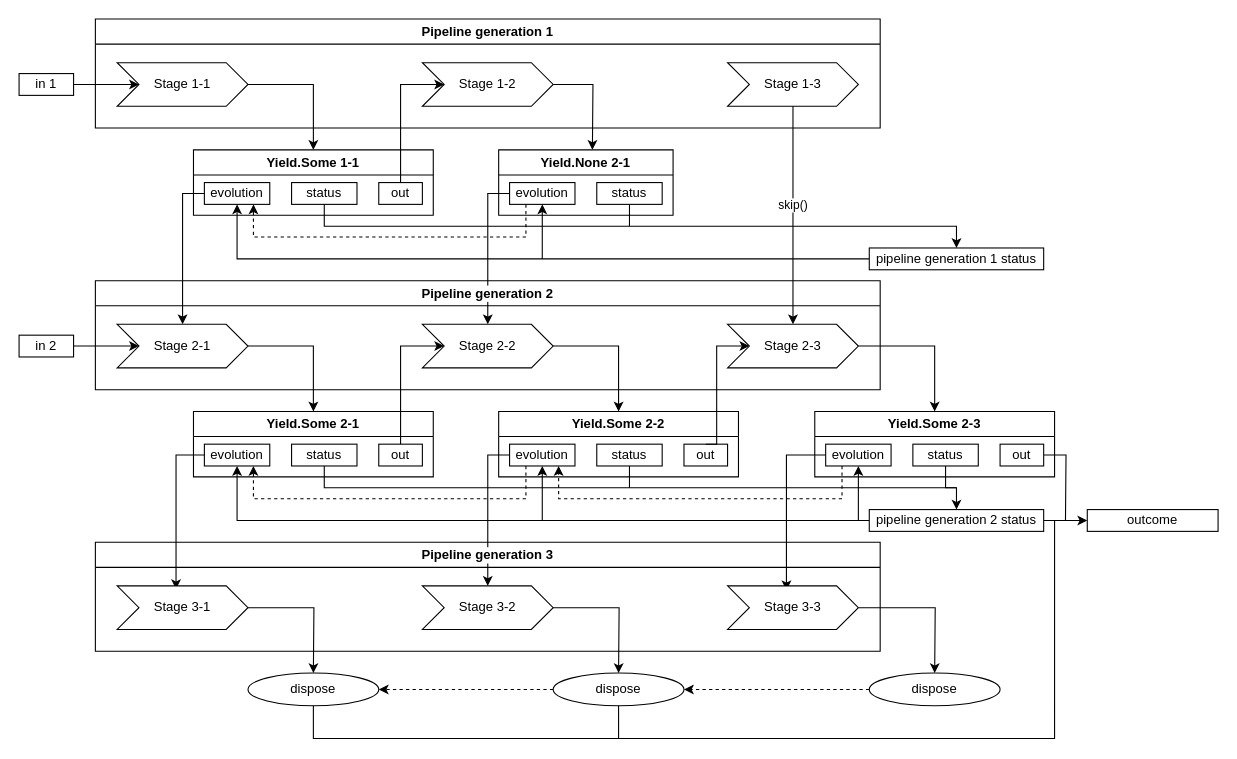
Before: pages/src/Stages.drawio in h8io/stages, a draw.io diagram. Source tidied: cells renumbered, new cells numbered last; positions are measured from the earlier drawing's top-left corner, leaving out a move shared by most shapes. Both pictures are drawn from the tidied source at 109%, with x=0, y=0 at pixel (19, 19).
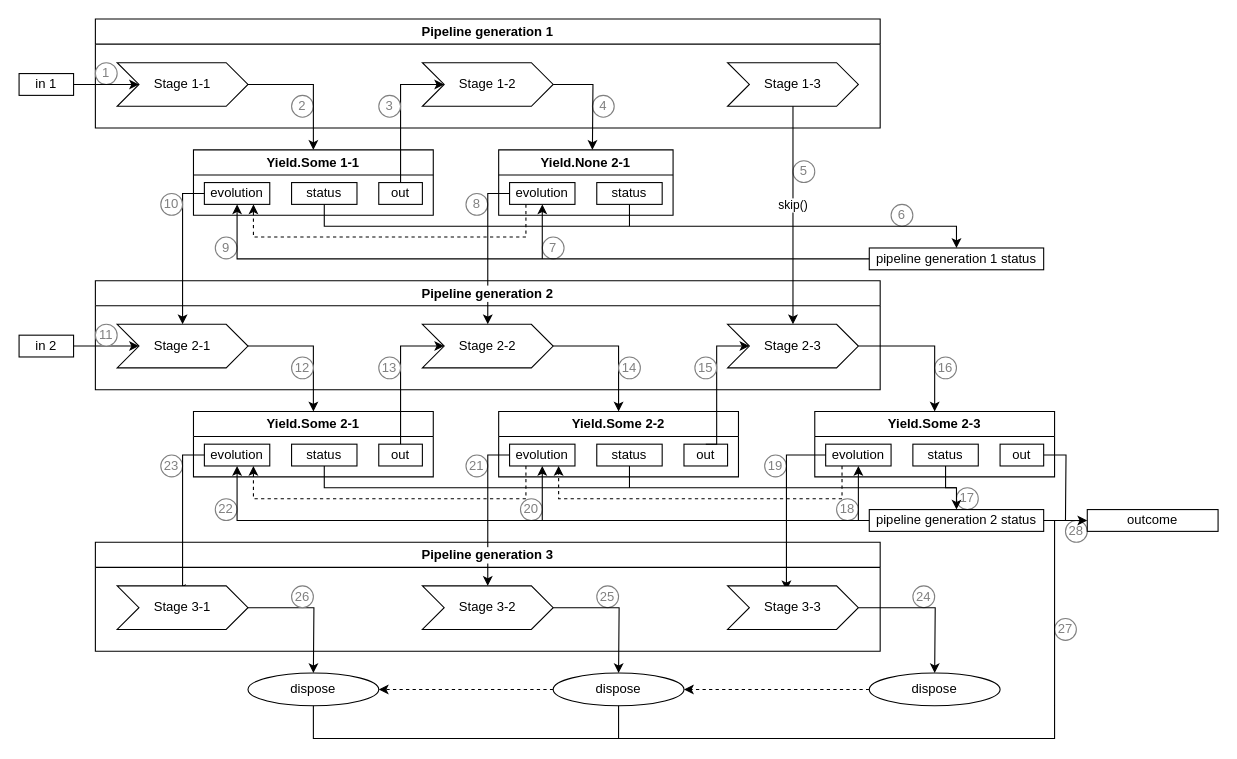
After the change.

Commit message (it also covers changes not shown here):
Stages diagram

Unchanged cells that the change refers to:
```xml
<mxCell id="2" value="Pipeline generation 1" style="swimlane;whiteSpace=wrap;html=1;rounded=0;labelBackgroundColor=default;fontFamily=Helvetica;spacingTop=0;horizontal=1;fillColor=none;" parent="1" vertex="1">
  <mxGeometry x="70" width="720" height="100" as="geometry" />
</mxCell>
<mxCell id="30" value="evolution" style="rounded=0;whiteSpace=wrap;html=1;labelBackgroundColor=default;fontFamily=Helvetica;spacingTop=0;horizontal=1;" parent="25" vertex="1">
  <mxGeometry x="10" y="30" width="60" height="20" as="geometry" />
</mxCell>
<mxCell id="78" value="Pipeline generation 2" style="swimlane;whiteSpace=wrap;html=1;rounded=0;labelBackgroundColor=default;fontFamily=Helvetica;spacingTop=0;horizontal=1;labelBorderColor=none;textShadow=0;fillColor=none;" parent="1" vertex="1">
  <mxGeometry x="70" y="240" width="720" height="100" as="geometry" />
</mxCell>
<mxCell id="82" value="Pipeline generation 3" style="swimlane;whiteSpace=wrap;html=1;rounded=0;labelBackgroundColor=default;fontFamily=Helvetica;spacingTop=0;horizontal=1;gradientColor=none;fillColor=none;" parent="1" vertex="1">
  <mxGeometry x="70" y="480" width="720" height="100" as="geometry" />
</mxCell>
<mxCell id="83" value="Stage 3-1" style="shape=step;perimeter=stepPerimeter;whiteSpace=wrap;html=1;fixedSize=1;rounded=0;labelBackgroundColor=default;fontFamily=Helvetica;spacingTop=0;horizontal=1;" parent="82" vertex="1">
  <mxGeometry x="20" y="40" width="120" height="40" as="geometry" />
</mxCell>
```

What changed in the source:
```diff
@@
+    <mxCell id="86" value="28" style="ellipse;whiteSpace=wrap;html=1;fontColor=light-dark(#808080, #ededed);strokeColor=light-dark(#808080, #ededed);" parent="1" vertex="1">
+      <mxGeometry x="960" y="460" width="20" height="20" as="geometry" />
+    </mxCell>
+    <mxCell id="87" value="24" style="ellipse;whiteSpace=wrap;html=1;fontColor=light-dark(#808080, #ededed);strokeColor=light-dark(#808080, #ededed);" parent="1" vertex="1">
+      <mxGeometry x="820" y="520" width="20" height="20" as="geometry" />
+    </mxCell>
+    <mxCell id="88" value="25" style="ellipse;whiteSpace=wrap;html=1;fontColor=light-dark(#808080, #ededed);strokeColor=light-dark(#808080, #ededed);" parent="1" vertex="1">
+      <mxGeometry x="530" y="520" width="20" height="20" as="geometry" />
+    </mxCell>
+    <mxCell id="89" value="27" style="ellipse;whiteSpace=wrap;html=1;fontColor=light-dark(#808080, #ededed);strokeColor=light-dark(#808080, #ededed);" parent="1" vertex="1">
+      <mxGeometry x="950" y="550" width="20" height="20" as="geometry" />
+    </mxCell>
+    <mxCell id="90" value="18" style="ellipse;whiteSpace=wrap;html=1;fontColor=light-dark(#808080, #ededed);strokeColor=light-dark(#808080, #ededed);" parent="1" vertex="1">
+      <mxGeometry x="750" y="440" width="20" height="20" as="geometry" />
+    </mxCell>
+    <mxCell id="91" value="19" style="ellipse;whiteSpace=wrap;html=1;fontColor=light-dark(#808080, #ededed);strokeColor=light-dark(#808080, #ededed);" parent="1" vertex="1">
+      <mxGeometry x="684" y="400" width="20" height="20" as="geometry" />
+    </mxCell>
+    <mxCell id="92" value="20" style="ellipse;whiteSpace=wrap;html=1;fontColor=light-dark(#808080, #ededed);strokeColor=light-dark(#808080, #ededed);" parent="1" vertex="1">
+      <mxGeometry x="460" y="440" width="20" height="20" as="geometry" />
+    </mxCell>
+    <mxCell id="93" value="22" style="ellipse;whiteSpace=wrap;html=1;fontColor=light-dark(#808080, #ededed);strokeColor=light-dark(#808080, #ededed);" parent="1" vertex="1">
+      <mxGeometry x="180" y="440" width="20" height="20" as="geometry" />
+    </mxCell>
+    <mxCell id="94" value="21" style="ellipse;whiteSpace=wrap;html=1;fontColor=light-dark(#808080, #ededed);strokeColor=light-dark(#808080, #ededed);" parent="1" vertex="1">
+      <mxGeometry x="410" y="400" width="20" height="20" as="geometry" />
+    </mxCell>
+    <mxCell id="95" value="23" style="ellipse;whiteSpace=wrap;html=1;fontColor=light-dark(#808080, #ededed);strokeColor=light-dark(#808080, #ededed);" parent="1" vertex="1">
+      <mxGeometry x="130" y="400" width="20" height="20" as="geometry" />
+    </mxCell>
+    <mxCell id="96" value="17" style="ellipse;whiteSpace=wrap;html=1;fontColor=light-dark(#808080, #ededed);strokeColor=light-dark(#808080, #ededed);" parent="1" vertex="1">
+      <mxGeometry x="860" y="430" width="20" height="20" as="geometry" />
+    </mxCell>
@@
+    <mxCell id="97" value="1" style="ellipse;whiteSpace=wrap;html=1;strokeColor=light-dark(#808080, #ededed);fontColor=light-dark(#808080, #ededed);" parent="2" vertex="1">
+      <mxGeometry y="40" width="20" height="20" as="geometry" />
+    </mxCell>
+    <mxCell id="98" value="4" style="ellipse;whiteSpace=wrap;html=1;strokeColor=light-dark(#808080, #ededed);fontColor=light-dark(#808080, #ededed);" parent="2" vertex="1">
+      <mxGeometry x="456" y="70" width="20" height="20" as="geometry" />
+    </mxCell>
+    <mxCell id="99" value="2" style="ellipse;whiteSpace=wrap;html=1;strokeColor=light-dark(#808080, #ededed);fontColor=light-dark(#808080, #ededed);" parent="2" vertex="1">
+      <mxGeometry x="180" y="70" width="20" height="20" as="geometry" />
+    </mxCell>
@@
+    <mxCell id="100" value="3" style="ellipse;whiteSpace=wrap;html=1;fontColor=light-dark(#808080, #ededed);strokeColor=light-dark(#808080, #ededed);" parent="1" vertex="1">
+      <mxGeometry x="330" y="70" width="20" height="20" as="geometry" />
+    </mxCell>
+    <mxCell id="101" value="5" style="ellipse;whiteSpace=wrap;html=1;fontColor=light-dark(#808080, #ededed);strokeColor=light-dark(#808080, #ededed);" parent="1" vertex="1">
+      <mxGeometry x="710" y="130" width="20" height="20" as="geometry" />
+    </mxCell>
+    <mxCell id="102" value="6" style="ellipse;whiteSpace=wrap;html=1;fontColor=light-dark(#808080, #ededed);strokeColor=light-dark(#808080, #ededed);" parent="1" vertex="1">
+      <mxGeometry x="800" y="170" width="20" height="20" as="geometry" />
+    </mxCell>
+    <mxCell id="103" value="7" style="ellipse;whiteSpace=wrap;html=1;fontColor=light-dark(#808080, #ededed);strokeColor=light-dark(#808080, #ededed);" parent="1" vertex="1">
+      <mxGeometry x="480" y="200" width="20" height="20" as="geometry" />
+    </mxCell>
+    <mxCell id="104" value="9" style="ellipse;whiteSpace=wrap;html=1;fontColor=light-dark(#808080, #ededed);strokeColor=light-dark(#808080, #ededed);" parent="1" vertex="1">
+      <mxGeometry x="180" y="200" width="20" height="20" as="geometry" />
+    </mxCell>
+    <mxCell id="105" value="8" style="ellipse;whiteSpace=wrap;html=1;fontColor=light-dark(#808080, #ededed);strokeColor=light-dark(#808080, #ededed);" parent="1" vertex="1">
+      <mxGeometry x="410" y="160" width="20" height="20" as="geometry" />
+    </mxCell>
+    <mxCell id="106" value="10" style="ellipse;whiteSpace=wrap;html=1;fontColor=light-dark(#808080, #ededed);strokeColor=light-dark(#808080, #ededed);" parent="1" vertex="1">
+      <mxGeometry x="130" y="160" width="20" height="20" as="geometry" />
+    </mxCell>
+    <mxCell id="107" value="16" style="ellipse;whiteSpace=wrap;html=1;fontColor=light-dark(#808080, #ededed);strokeColor=light-dark(#808080, #ededed);" parent="1" vertex="1">
+      <mxGeometry x="840" y="310" width="20" height="20" as="geometry" />
+    </mxCell>
@@
     <mxCell id="44" style="edgeStyle=orthogonalEdgeStyle;rounded=0;jettySize=auto;html=1;exitX=0;exitY=0.5;exitDx=0;exitDy=0;entryX=0.45;entryY=0.075;entryDx=0;entryDy=0;entryPerimeter=0;labelBackgroundColor=default;fontColor=default;fontFamily=Helvetica;spacingTop=0;horizontal=1;" parent="1" edge="1" source="30" target="83">
       <mxGeometry relative="1" as="geometry">
         <Array as="points">
-          <mxPoint x="144" y="400" />
+          <mxPoint x="150" y="400" />
+          <mxPoint x="150" y="523" />
         </Array>
       </mxGeometry>
     </mxCell>
@@
+    <mxCell id="108" value="11" style="ellipse;whiteSpace=wrap;html=1;fontColor=light-dark(#808080, #ededed);strokeColor=light-dark(#808080, #ededed);" parent="78" vertex="1">
+      <mxGeometry y="40" width="20" height="20" as="geometry" />
+    </mxCell>
+    <mxCell id="109" value="12" style="ellipse;whiteSpace=wrap;html=1;fontColor=light-dark(#808080, #ededed);strokeColor=light-dark(#808080, #ededed);" parent="78" vertex="1">
+      <mxGeometry x="180" y="70" width="20" height="20" as="geometry" />
+    </mxCell>
+    <mxCell id="110" value="13" style="ellipse;whiteSpace=wrap;html=1;fontColor=light-dark(#808080, #ededed);strokeColor=light-dark(#808080, #ededed);" parent="78" vertex="1">
+      <mxGeometry x="260" y="70" width="20" height="20" as="geometry" />
+    </mxCell>
+    <mxCell id="111" value="14" style="ellipse;whiteSpace=wrap;html=1;fontColor=light-dark(#808080, #ededed);strokeColor=light-dark(#808080, #ededed);" parent="78" vertex="1">
+      <mxGeometry x="480" y="70" width="20" height="20" as="geometry" />
+    </mxCell>
+    <mxCell id="112" value="15" style="ellipse;whiteSpace=wrap;html=1;fontColor=light-dark(#808080, #ededed);strokeColor=light-dark(#808080, #ededed);" parent="78" vertex="1">
+      <mxGeometry x="550" y="70" width="20" height="20" as="geometry" />
+    </mxCell>
@@
+    <mxCell id="113" value="26" style="ellipse;whiteSpace=wrap;html=1;fontColor=light-dark(#808080, #ededed);strokeColor=light-dark(#808080, #ededed);" parent="82" vertex="1">
+      <mxGeometry x="180" y="40" width="20" height="20" as="geometry" />
+    </mxCell>
```
